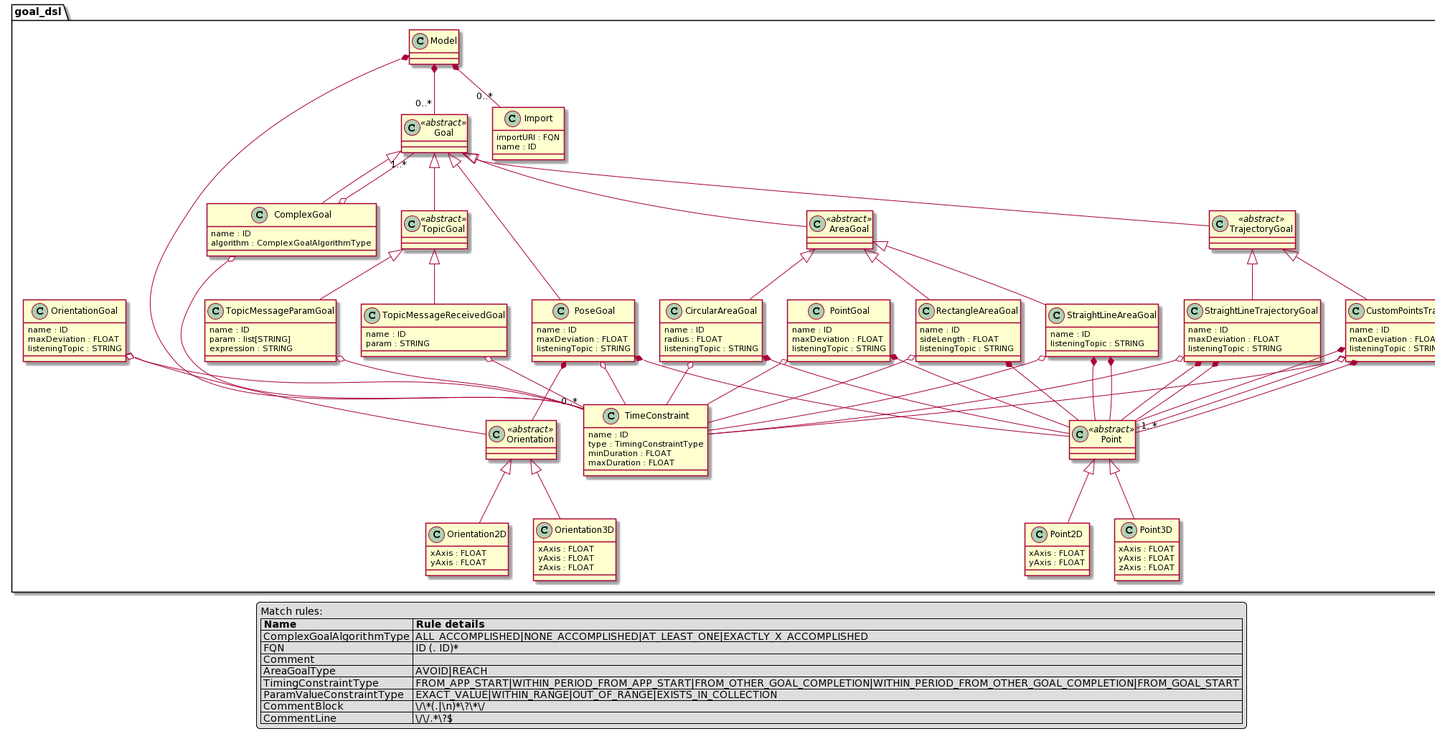
Above: docs/images/GoalDSLMetamodel.png in robotics-4-all/goal-dsl (PlantUML), before the change. Source of this version:
```plantuml
@startuml
set namespaceSeparator .


class goal_dsl.Model  {
}


class goal_dsl.Goal <<abstract>> {
}


class goal_dsl.AreaGoal <<abstract>> {
}


class goal_dsl.PoseGoal  {
  name : ID
  maxDeviation : FLOAT
  listeningTopic : STRING
}


class goal_dsl.TopicGoal <<abstract>> {
}


class goal_dsl.TrajectoryGoal <<abstract>> {
}


class goal_dsl.ComplexGoal  {
  name : ID
  algorithm : ComplexGoalAlgorithmType
}


class goal_dsl.TopicMessageReceivedGoal  {
  name : ID
  param : STRING
}


class goal_dsl.TopicMessageParamGoal  {
  name : ID
  param : list[STRING]
  expression : STRING
}


class goal_dsl.RectangleAreaGoal  {
  name : ID
  sideLength : FLOAT
  listeningTopic : STRING
}


class goal_dsl.CircularAreaGoal  {
  name : ID
  radius : FLOAT
  listeningTopic : STRING
}


class goal_dsl.StraightLineAreaGoal  {
  name : ID
  listeningTopic : STRING
}


class goal_dsl.StraightLineTrajectoryGoal  {
  name : ID
  maxDeviation : FLOAT
  listeningTopic : STRING
}


class goal_dsl.CustomPointsTrajectoryGoal  {
  name : ID
  maxDeviation : FLOAT
  listeningTopic : STRING
}


class goal_dsl.OrientationGoal  {
  name : ID
  maxDeviation : FLOAT
  listeningTopic : STRING
}


class goal_dsl.PointGoal  {
  name : ID
  maxDeviation : FLOAT
  listeningTopic : STRING
}


class goal_dsl.Point <<abstract>> {
}


class goal_dsl.Orientation <<abstract>> {
}


class goal_dsl.Point2D  {
  xAxis : FLOAT
  yAxis : FLOAT
}


class goal_dsl.Point3D  {
  xAxis : FLOAT
  yAxis : FLOAT
  zAxis : FLOAT
}


class goal_dsl.Orientation2D  {
  xAxis : FLOAT
  yAxis : FLOAT
}


class goal_dsl.Orientation3D  {
  xAxis : FLOAT
  yAxis : FLOAT
  zAxis : FLOAT
}


class goal_dsl.TimeConstraint  {
  name : ID
  type : TimingConstraintType
  minDuration : FLOAT
  maxDuration : FLOAT
}


class goal_dsl.Import  {
  importURI : FQN
  name : ID
}


goal_dsl.Model *-- "0..*" goal_dsl.Import
goal_dsl.Model *-- "0..*" goal_dsl.Goal
goal_dsl.Model *-- "0..*" goal_dsl.TimeConstraint
goal_dsl.Goal <|-- goal_dsl.TopicGoal
goal_dsl.Goal <|-- goal_dsl.AreaGoal
goal_dsl.Goal <|-- goal_dsl.PoseGoal
goal_dsl.Goal <|-- goal_dsl.TrajectoryGoal
goal_dsl.Goal <|-- goal_dsl.ComplexGoal
goal_dsl.AreaGoal <|-- goal_dsl.RectangleAreaGoal
goal_dsl.AreaGoal <|-- goal_dsl.CircularAreaGoal
goal_dsl.AreaGoal <|-- goal_dsl.StraightLineAreaGoal
goal_dsl.PoseGoal *-- goal_dsl.Orientation
goal_dsl.PoseGoal *-- goal_dsl.Point
goal_dsl.PoseGoal o-- goal_dsl.TimeConstraint
goal_dsl.TopicGoal <|-- goal_dsl.TopicMessageReceivedGoal
goal_dsl.TopicGoal <|-- goal_dsl.TopicMessageParamGoal
goal_dsl.TrajectoryGoal <|-- goal_dsl.StraightLineTrajectoryGoal
goal_dsl.TrajectoryGoal <|-- goal_dsl.CustomPointsTrajectoryGoal
goal_dsl.ComplexGoal o-- goal_dsl.TimeConstraint
goal_dsl.ComplexGoal o-- "1..*" goal_dsl.Goal
goal_dsl.TopicMessageReceivedGoal o-- goal_dsl.TimeConstraint
goal_dsl.TopicMessageParamGoal o-- goal_dsl.TimeConstraint
goal_dsl.RectangleAreaGoal *-- goal_dsl.Point
goal_dsl.RectangleAreaGoal o-- goal_dsl.TimeConstraint
goal_dsl.CircularAreaGoal *-- goal_dsl.Point
goal_dsl.CircularAreaGoal o-- goal_dsl.TimeConstraint
goal_dsl.StraightLineAreaGoal *-- goal_dsl.Point
goal_dsl.StraightLineAreaGoal *-- goal_dsl.Point
goal_dsl.StraightLineAreaGoal o-- goal_dsl.TimeConstraint
goal_dsl.StraightLineTrajectoryGoal *-- goal_dsl.Point
goal_dsl.StraightLineTrajectoryGoal *-- goal_dsl.Point
goal_dsl.StraightLineTrajectoryGoal o-- goal_dsl.TimeConstraint
goal_dsl.CustomPointsTrajectoryGoal *-- goal_dsl.Point
goal_dsl.CustomPointsTrajectoryGoal *-- goal_dsl.Point
goal_dsl.CustomPointsTrajectoryGoal *-- "1..*" goal_dsl.Point
goal_dsl.CustomPointsTrajectoryGoal o-- goal_dsl.TimeConstraint
goal_dsl.OrientationGoal *-- goal_dsl.Orientation
goal_dsl.OrientationGoal o-- goal_dsl.TimeConstraint
goal_dsl.PointGoal *-- goal_dsl.Point
goal_dsl.PointGoal o-- goal_dsl.TimeConstraint
goal_dsl.Point <|-- goal_dsl.Point2D
goal_dsl.Point <|-- goal_dsl.Point3D
goal_dsl.Orientation <|-- goal_dsl.Orientation2D
goal_dsl.Orientation <|-- goal_dsl.Orientation3D

legend
  Match rules:
  |= Name  |= Rule details |
  | ComplexGoalAlgorithmType | ALL_ACCOMPLISHED\|NONE_ACCOMPLISHED\|AT_LEAST_ONE\|EXACTLY_X_ACCOMPLISHED |
  | FQN | ID (. ID)* |
  | Comment |  |
  | AreaGoalType | AVOID\|REACH |
  | TimingConstraintType | FROM_APP_START\|WITHIN_PERIOD_FROM_APP_START\|FROM_OTHER_GOAL_COMPLETION\|WITHIN_PERIOD_FROM_OTHER_GOAL_COMPLETION\|FROM_GOAL_START |
  | ParamValueConstraintType | EXACT_VALUE\|WITHIN_RANGE\|OUT_OF_RANGE\|EXISTS_IN_COLLECTION |
  | CommentBlock | \\/\\*(.\|\\n)*\?\\*\\/ |
  | CommentLine | \\/\\/.*\?$ |
end legend
@enduml
```
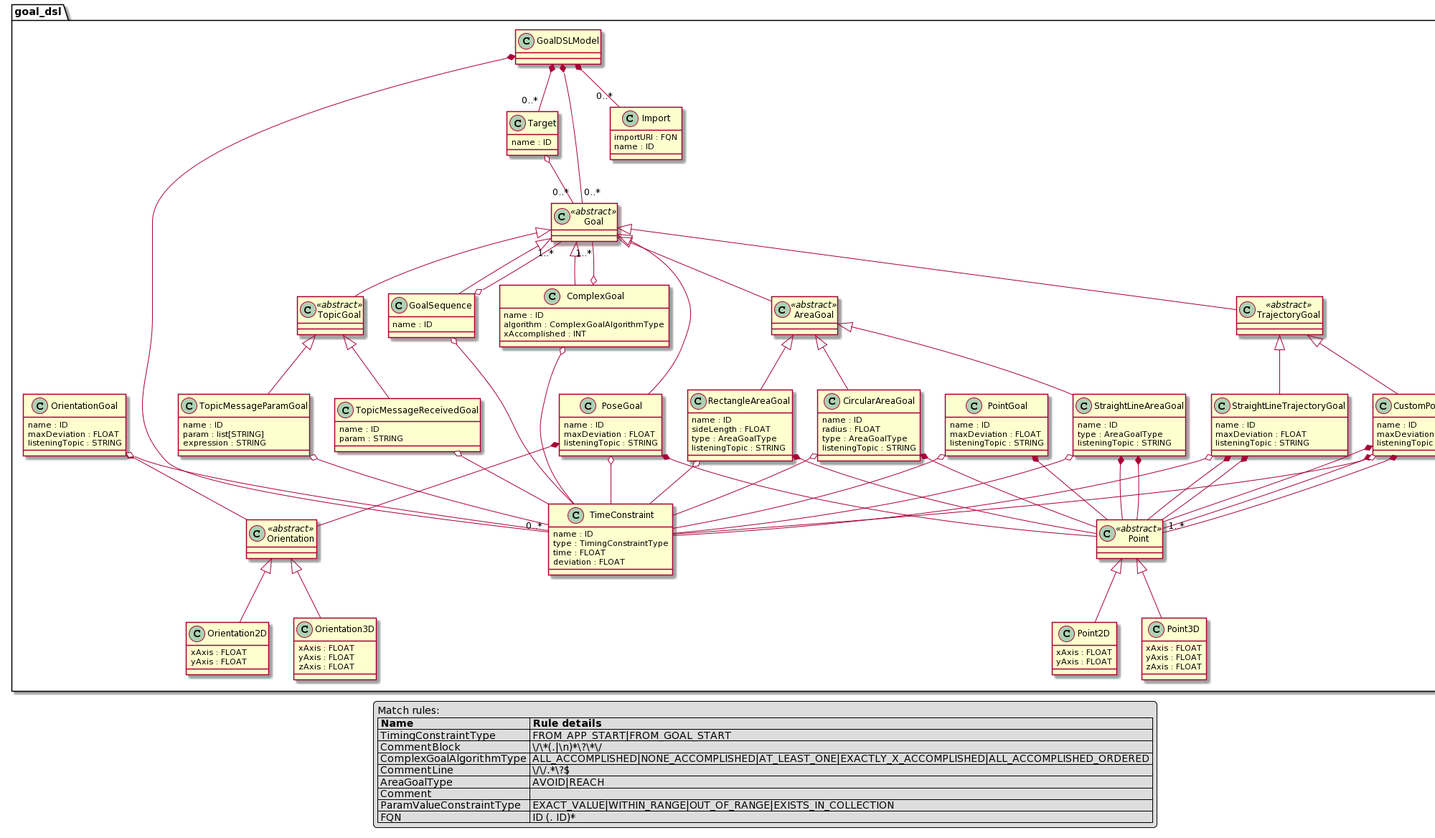
The same diagram one commit later.

The edit, as a diff of the source:
```diff
@@ -2,7 +2,7 @@
 set namespaceSeparator .
 
 
-class goal_dsl.Model  {
+class goal_dsl.GoalDSLModel  {
 }
 
 
@@ -29,9 +29,20 @@
 }
 
 
+class goal_dsl.Target  {
+  name : ID
+}
+
+
+class goal_dsl.GoalSequence  {
+  name : ID
+}
+
+
 class goal_dsl.ComplexGoal  {
   name : ID
   algorithm : ComplexGoalAlgorithmType
+  xAccomplished : INT
 }
 
 
@@ -51,6 +62,7 @@
 class goal_dsl.RectangleAreaGoal  {
   name : ID
   sideLength : FLOAT
+  type : AreaGoalType
   listeningTopic : STRING
 }
 
@@ -58,12 +70,14 @@
 class goal_dsl.CircularAreaGoal  {
   name : ID
   radius : FLOAT
+  type : AreaGoalType
   listeningTopic : STRING
 }
 
 
 class goal_dsl.StraightLineAreaGoal  {
   name : ID
+  type : AreaGoalType
   listeningTopic : STRING
 }
 
@@ -133,8 +147,8 @@
 class goal_dsl.TimeConstraint  {
   name : ID
   type : TimingConstraintType
-  minDuration : FLOAT
-  maxDuration : FLOAT
+  time : FLOAT
+  deviation : FLOAT
 }
 
 
@@ -144,14 +158,16 @@
 }
 
 
-goal_dsl.Model *-- "0..*" goal_dsl.Import
-goal_dsl.Model *-- "0..*" goal_dsl.Goal
-goal_dsl.Model *-- "0..*" goal_dsl.TimeConstraint
+goal_dsl.GoalDSLModel *-- "0..*" goal_dsl.Import
+goal_dsl.GoalDSLModel *-- "0..*" goal_dsl.Target
+goal_dsl.GoalDSLModel *-- "0..*" goal_dsl.Goal
+goal_dsl.GoalDSLModel *-- "0..*" goal_dsl.TimeConstraint
 goal_dsl.Goal <|-- goal_dsl.TopicGoal
 goal_dsl.Goal <|-- goal_dsl.AreaGoal
 goal_dsl.Goal <|-- goal_dsl.PoseGoal
 goal_dsl.Goal <|-- goal_dsl.TrajectoryGoal
 goal_dsl.Goal <|-- goal_dsl.ComplexGoal
+goal_dsl.Goal <|-- goal_dsl.GoalSequence
 goal_dsl.AreaGoal <|-- goal_dsl.RectangleAreaGoal
 goal_dsl.AreaGoal <|-- goal_dsl.CircularAreaGoal
 goal_dsl.AreaGoal <|-- goal_dsl.StraightLineAreaGoal
@@ -162,6 +178,9 @@
 goal_dsl.TopicGoal <|-- goal_dsl.TopicMessageParamGoal
 goal_dsl.TrajectoryGoal <|-- goal_dsl.StraightLineTrajectoryGoal
 goal_dsl.TrajectoryGoal <|-- goal_dsl.CustomPointsTrajectoryGoal
+goal_dsl.Target o-- "0..*" goal_dsl.Goal
+goal_dsl.GoalSequence o-- "1..*" goal_dsl.Goal
+goal_dsl.GoalSequence o-- goal_dsl.TimeConstraint
 goal_dsl.ComplexGoal o-- goal_dsl.TimeConstraint
 goal_dsl.ComplexGoal o-- "1..*" goal_dsl.Goal
 goal_dsl.TopicMessageReceivedGoal o-- goal_dsl.TimeConstraint
@@ -192,13 +211,13 @@
 legend
   Match rules:
   |= Name  |= Rule details |
-  | ComplexGoalAlgorithmType | ALL_ACCOMPLISHED\|NONE_ACCOMPLISHED\|AT_LEAST_ONE\|EXACTLY_X_ACCOMPLISHED |
+  | TimingConstraintType | FROM_APP_START\|FROM_GOAL_START |
+  | CommentBlock | \\/\\*(.\|\\n)*\?\\*\\/ |
+  | ComplexGoalAlgorithmType | ALL_ACCOMPLISHED\|NONE_ACCOMPLISHED\|AT_LEAST_ONE\|EXACTLY_X_ACCOMPLISHED\|ALL_ACCOMPLISHED_ORDERED |
+  | CommentLine | \\/\\/.*\?$ |
+  | AreaGoalType | AVOID\|REACH |
+  | Comment |  |
+  | ParamValueConstraintType | EXACT_VALUE\|WITHIN_RANGE\|OUT_OF_RANGE\|EXISTS_IN_COLLECTION |
   | FQN | ID (. ID)* |
-  | Comment |  |
-  | AreaGoalType | AVOID\|REACH |
-  | TimingConstraintType | FROM_APP_START\|WITHIN_PERIOD_FROM_APP_START\|FROM_OTHER_GOAL_COMPLETION\|WITHIN_PERIOD_FROM_OTHER_GOAL_COMPLETION\|FROM_GOAL_START |
-  | ParamValueConstraintType | EXACT_VALUE\|WITHIN_RANGE\|OUT_OF_RANGE\|EXISTS_IN_COLLECTION |
-  | CommentBlock | \\/\\*(.\|\\n)*\?\\*\\/ |
-  | CommentLine | \\/\\/.*\?$ |
 end legend
 @enduml
```
